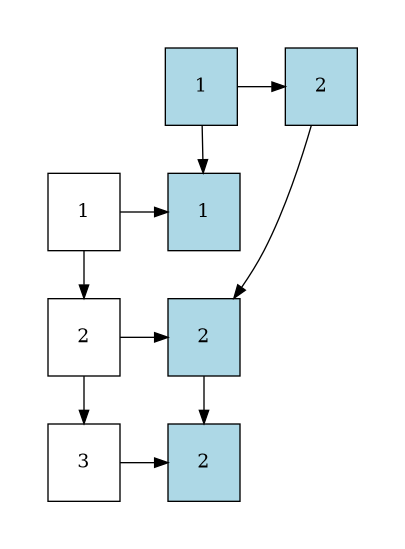
Earlier version of the Graphviz export Fase_1/AutoGestPro/Reportes/MatrizDispersa.png (0520Jose/-EDD-1S2025_202300539). Its source is kept beside it as Fase_1/AutoGestPro/Reportes/MatrizDispersa.dot.
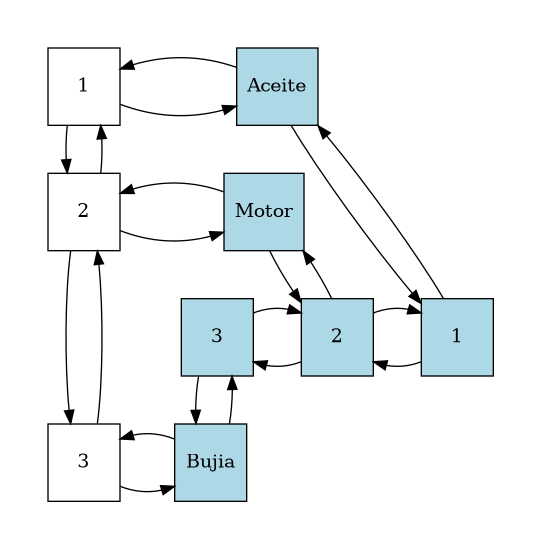
Above is the later version.

Diff of the diagram source:
```diff
@@ -5,21 +5,33 @@
 	Fila2[style="filled", fillcolor="white", label="2", group=0];
 	Fila3[style="filled", fillcolor="white", label="3", group=0];
 	Fila1 -> Fila2;
+	Fila2 -> Fila1;
 	Fila2 -> Fila3;
+	Fila3 -> Fila2;
 	Columna1 -> Nodo1_1;
+	Nodo1_1 -> Columna1;
 	Columna2 -> Nodo2_2;
-	Nodo2_2 -> Nodo3_2;
+	Nodo2_2 -> Columna2;
+	Columna3 -> Nodo3_3;
+	Nodo3_3 -> Columna3;
 	Columna1[style="filled", fillcolor="lightblue", label="1"];
 	Columna2[style="filled", fillcolor="lightblue", label="2"];
+	Columna3[style="filled", fillcolor="lightblue", label="3"];
 	Columna1 -> Columna2;
-	{rank = same;Columna1;Columna2;}
-	Nodo1_1[style="filled", fillcolor="lightblue", label="1", group ="1"];
+	Columna2 -> Columna1;
+	Columna2 -> Columna3;
+	Columna3 -> Columna2;
+	{rank = same;Columna1;Columna2;Columna3;}
+	Nodo1_1[style="filled", fillcolor="lightblue", label="Aceite", group ="1"];
 	Fila1 -> Nodo1_1;
-	Nodo2_2[style="filled", fillcolor="lightblue", label="2", group ="2"];
+	Nodo1_1 -> Fila1;
+	Nodo2_2[style="filled", fillcolor="lightblue", label="Motor", group ="2"];
 	Fila2 -> Nodo2_2;
-	Nodo3_2[style="filled", fillcolor="lightblue", label="2", group ="2"];
-	Fila3 -> Nodo3_2;
+	Nodo2_2 -> Fila2;
+	Nodo3_3[style="filled", fillcolor="lightblue", label="Bujia", group ="3"];
+	Fila3 -> Nodo3_3;
+	Nodo3_3 -> Fila3;
 	{rank = same; Fila1;	Nodo1_1;}
 	{rank = same; Fila2;	Nodo2_2;}
-	{rank = same; Fila3;	Nodo3_2;}
+	{rank = same; Fila3;	Nodo3_3;}
 }
```
